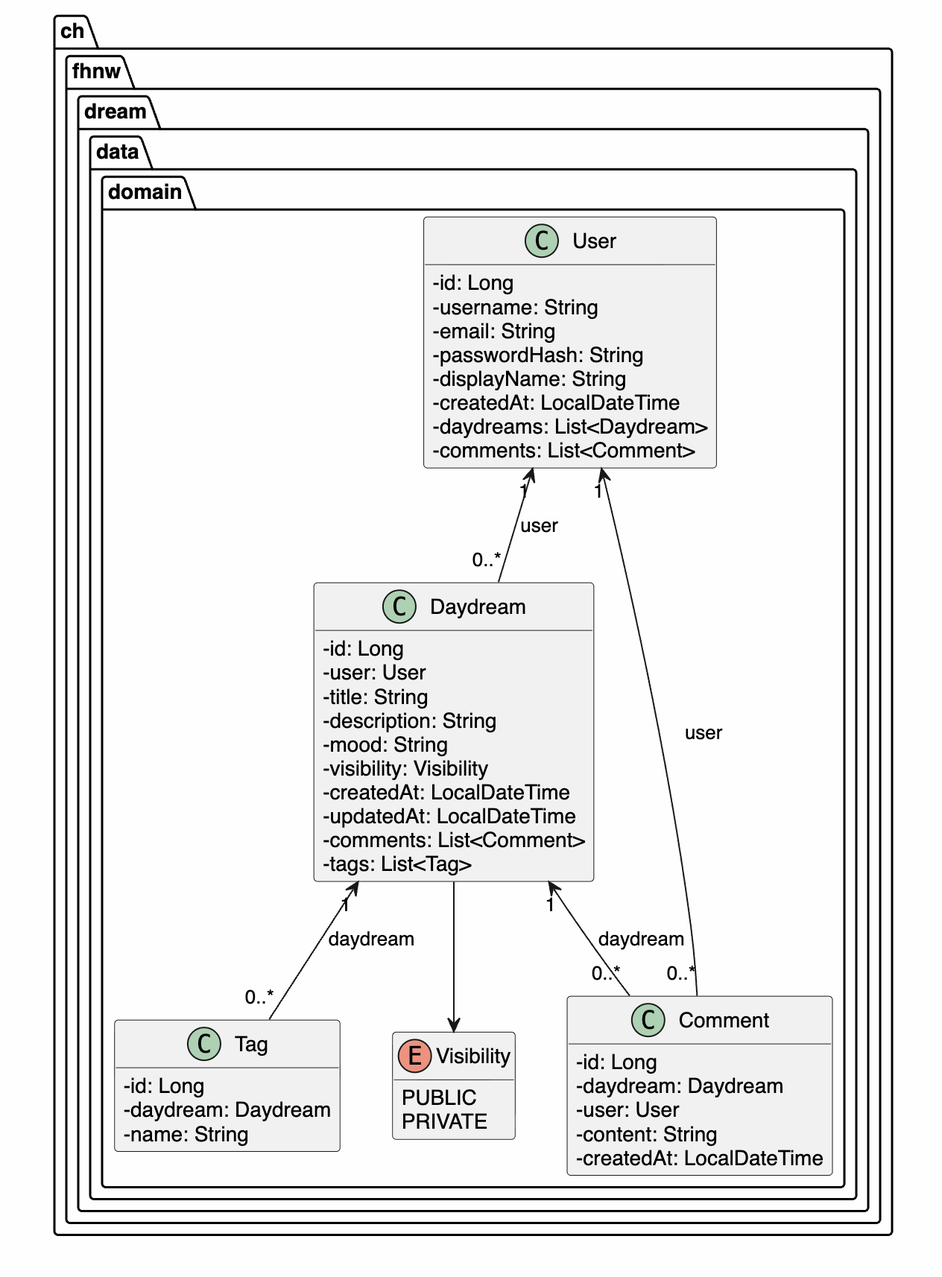
The PlantUML diagram images/class-diagram.png in NikolaMatovic/DayDream, before a commit. Its source is kept beside it as doc/class-diagram.plantuml.
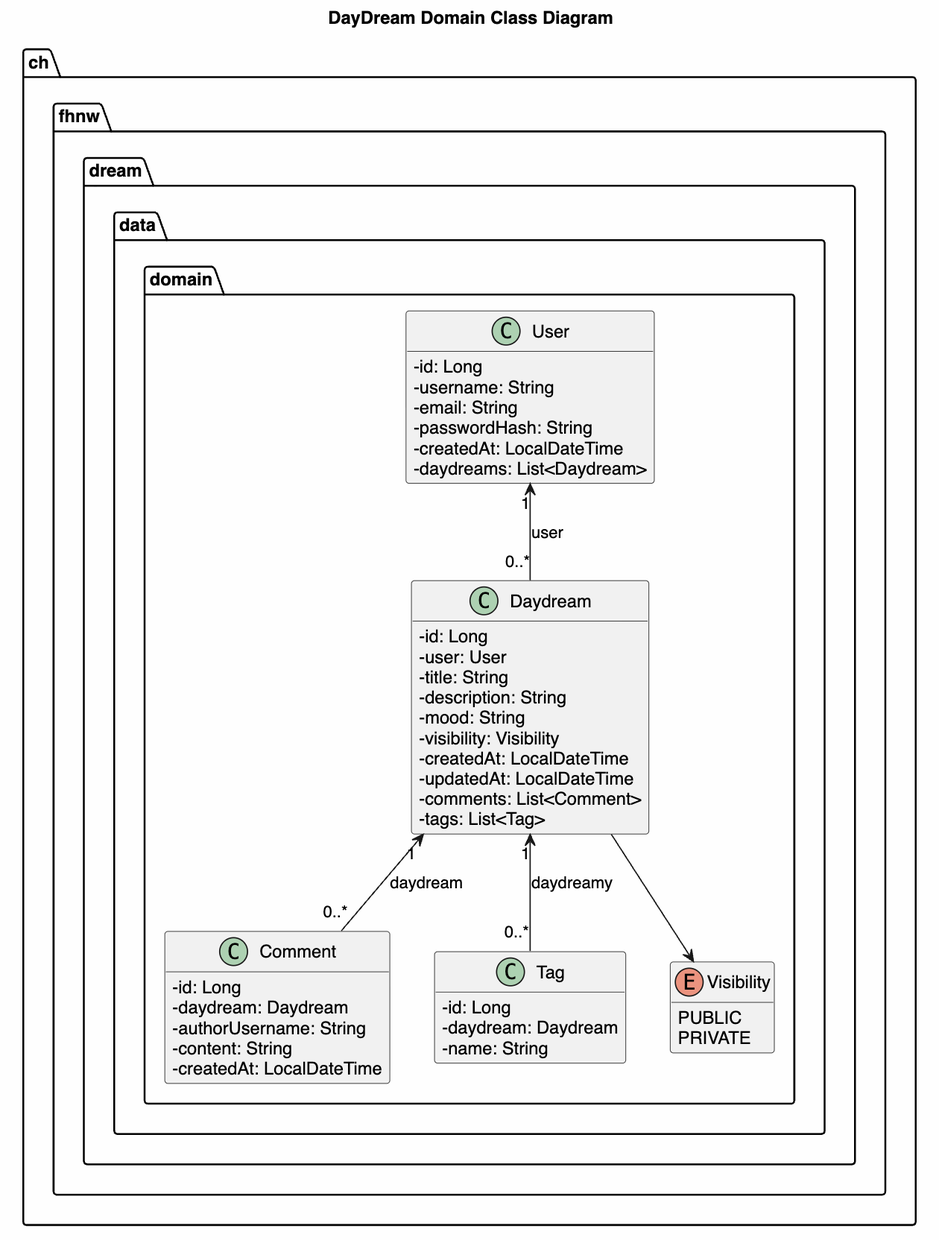
The same diagram one commit later.

What changed in the source:
```diff
@@ -13,7 +13,6 @@
         - passwordHash: String
         - createdAt: LocalDateTime
         - daydreams: List<Daydream>
-        - comments: List<Comment>
     }
 
     class Daydream {
@@ -32,7 +31,7 @@
     class Comment {
         - id: Long
         - daydream: Daydream
-        - user: User
+        - authorUsername: String
         - content: String
         - createdAt: LocalDateTime
     }
@@ -50,9 +49,8 @@
 }
 
 User "1" <-- "0..*" Daydream : user
-User "1" <-- "0..*" Comment : user
 Daydream "1" <-- "0..*" Comment : daydream
-Daydream "1" <-- "0..*" Tag : daydream
+Daydream "1" <-- "0..*" Tag : daydreamy
 Daydream --> Visibility
 
 @enduml
```
